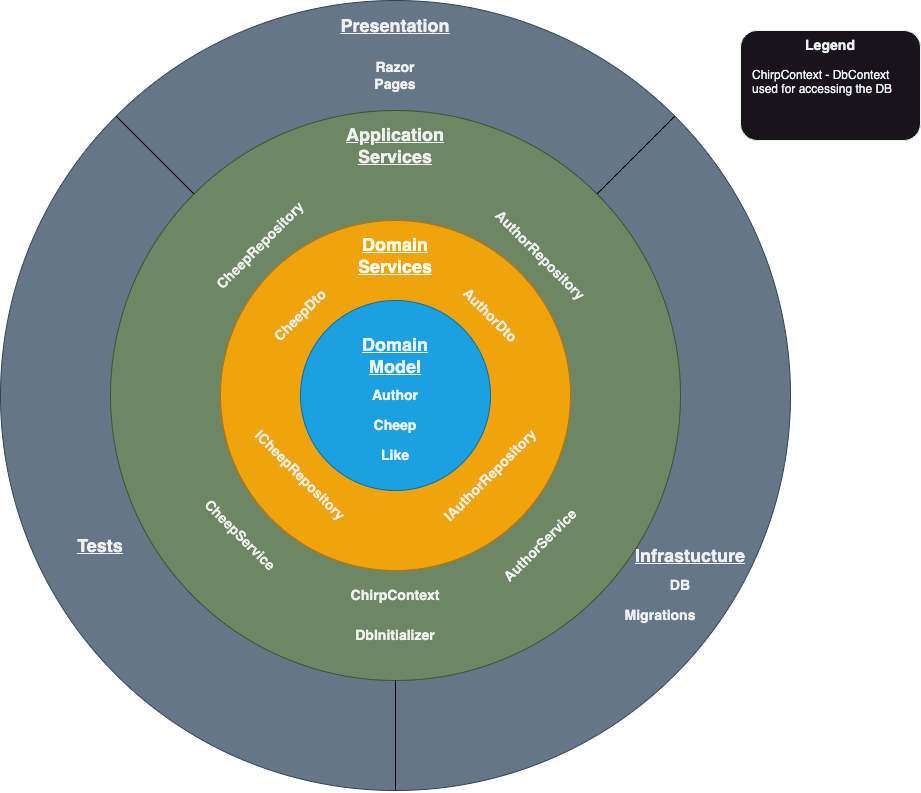
Above: docs/images/OnionArchitecture.drawio.png in ITU-BDSA23-GROUP21/Chirp (draw.io), before the change. Source tidied: cells renumbered, new cells last; positions are measured from the earlier drawing's top-left corner, leaving out a move shared by most shapes.
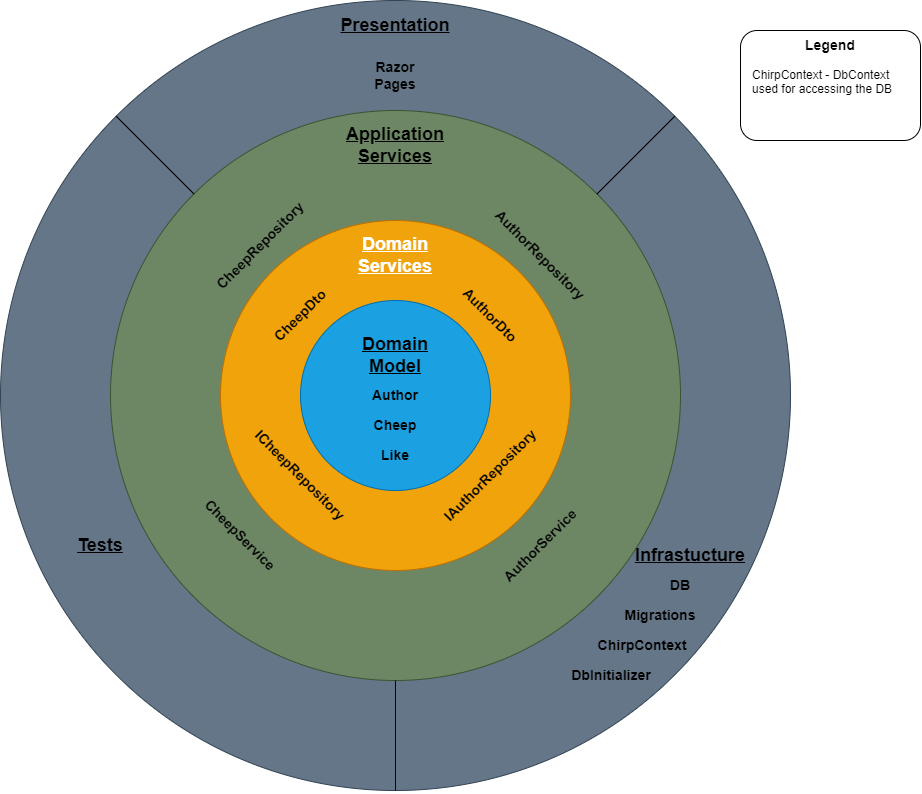
After the change.

Change to the diagram source:
```diff
@@ -45,7 +45,7 @@
       <mxGeometry x="365" y="130" width="60" height="30" as="geometry" />
     </mxCell>
     <mxCell id="16" value="&lt;h3&gt;ChirpContext&lt;/h3&gt;" style="text;html=1;strokeColor=none;fillColor=none;align=center;verticalAlign=middle;whiteSpace=wrap;rounded=0;" parent="1" vertex="1">
-      <mxGeometry x="365" y="580" width="60" height="30" as="geometry" />
+      <mxGeometry x="612" y="630" width="60" height="30" as="geometry" />
     </mxCell>
     <mxCell id="17" value="&lt;h3&gt;CheepRepository&lt;/h3&gt;" style="text;html=1;strokeColor=none;fillColor=none;align=center;verticalAlign=middle;whiteSpace=wrap;rounded=0;rotation=-45;" parent="1" vertex="1">
       <mxGeometry x="230" y="230" width="60" height="30" as="geometry" />
@@ -72,14 +72,14 @@
       <mxGeometry x="630" y="600" width="60" height="30" as="geometry" />
     </mxCell>
     <mxCell id="25" value="&lt;h3&gt;DbInitializer&lt;/h3&gt;" style="text;html=1;strokeColor=none;fillColor=none;align=center;verticalAlign=middle;whiteSpace=wrap;rounded=0;" parent="1" vertex="1">
-      <mxGeometry x="365" y="620" width="60" height="30" as="geometry" />
+      <mxGeometry x="581" y="660" width="60" height="30" as="geometry" />
     </mxCell>
-    <mxCell id="26" style="endArrow=none;html=1;rounded=0;entryX=0;entryY=0;entryDx=0;entryDy=0;exitX=0;exitY=0;exitDx=0;exitDy=0;strokeColor=#000000;" parent="1" edge="1" source="3" target="2">
-      <mxGeometry relative="1" as="geometry" />
-    </mxCell>
-    <mxCell id="27" style="endArrow=none;html=1;rounded=0;entryX=1;entryY=0;entryDx=0;entryDy=0;exitX=1;exitY=0;exitDx=0;exitDy=0;strokeColor=#000000;" parent="1" edge="1" source="3" target="2">
-      <mxGeometry relative="1" as="geometry" />
-    </mxCell>
+    <mxCell id="34" style="endArrow=none;html=1;rounded=0;entryX=0;entryY=0;entryDx=0;entryDy=0;exitX=0;exitY=0;exitDx=0;exitDy=0;strokeColor=#000000;" parent="1" edge="1" source="3" target="2">
+      <mxGeometry relative="1" as="geometry" />
+    </mxCell>
+    <mxCell id="35" style="endArrow=none;html=1;rounded=0;entryX=1;entryY=0;entryDx=0;entryDy=0;exitX=1;exitY=0;exitDx=0;exitDy=0;strokeColor=#000000;" parent="1" edge="1" source="3" target="2">
+      <mxGeometry relative="1" as="geometry" />
+    </mxCell>
     <mxCell id="28" style="endArrow=none;html=1;rounded=0;entryX=0.5;entryY=1;entryDx=0;entryDy=0;exitX=0.5;exitY=1;exitDx=0;exitDy=0;strokeColor=#080808;" parent="1" edge="1" source="2" target="3">
       <mxGeometry relative="1" as="geometry" />
     </mxCell>
```
